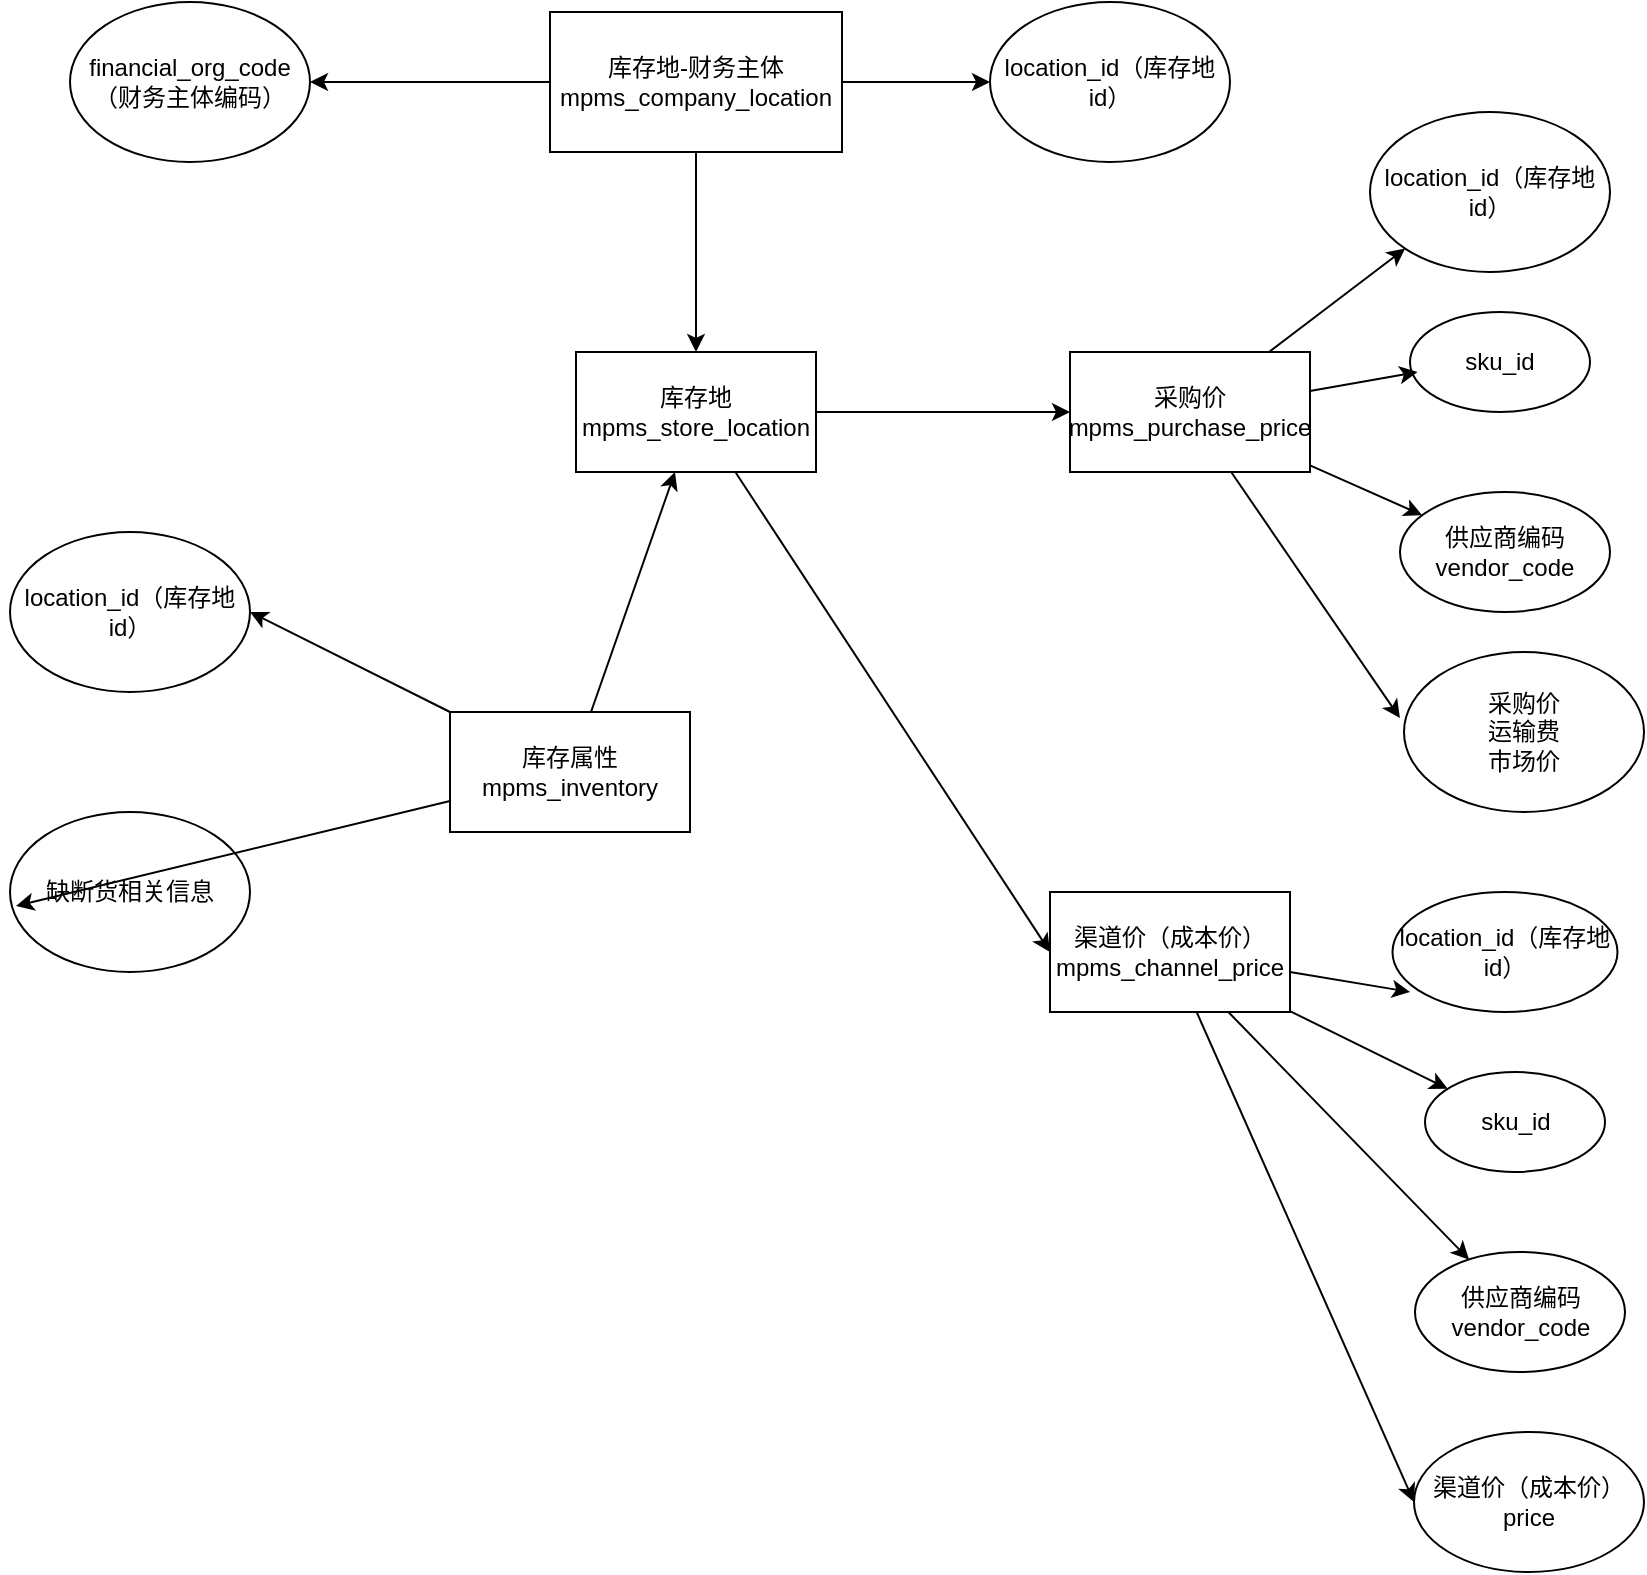
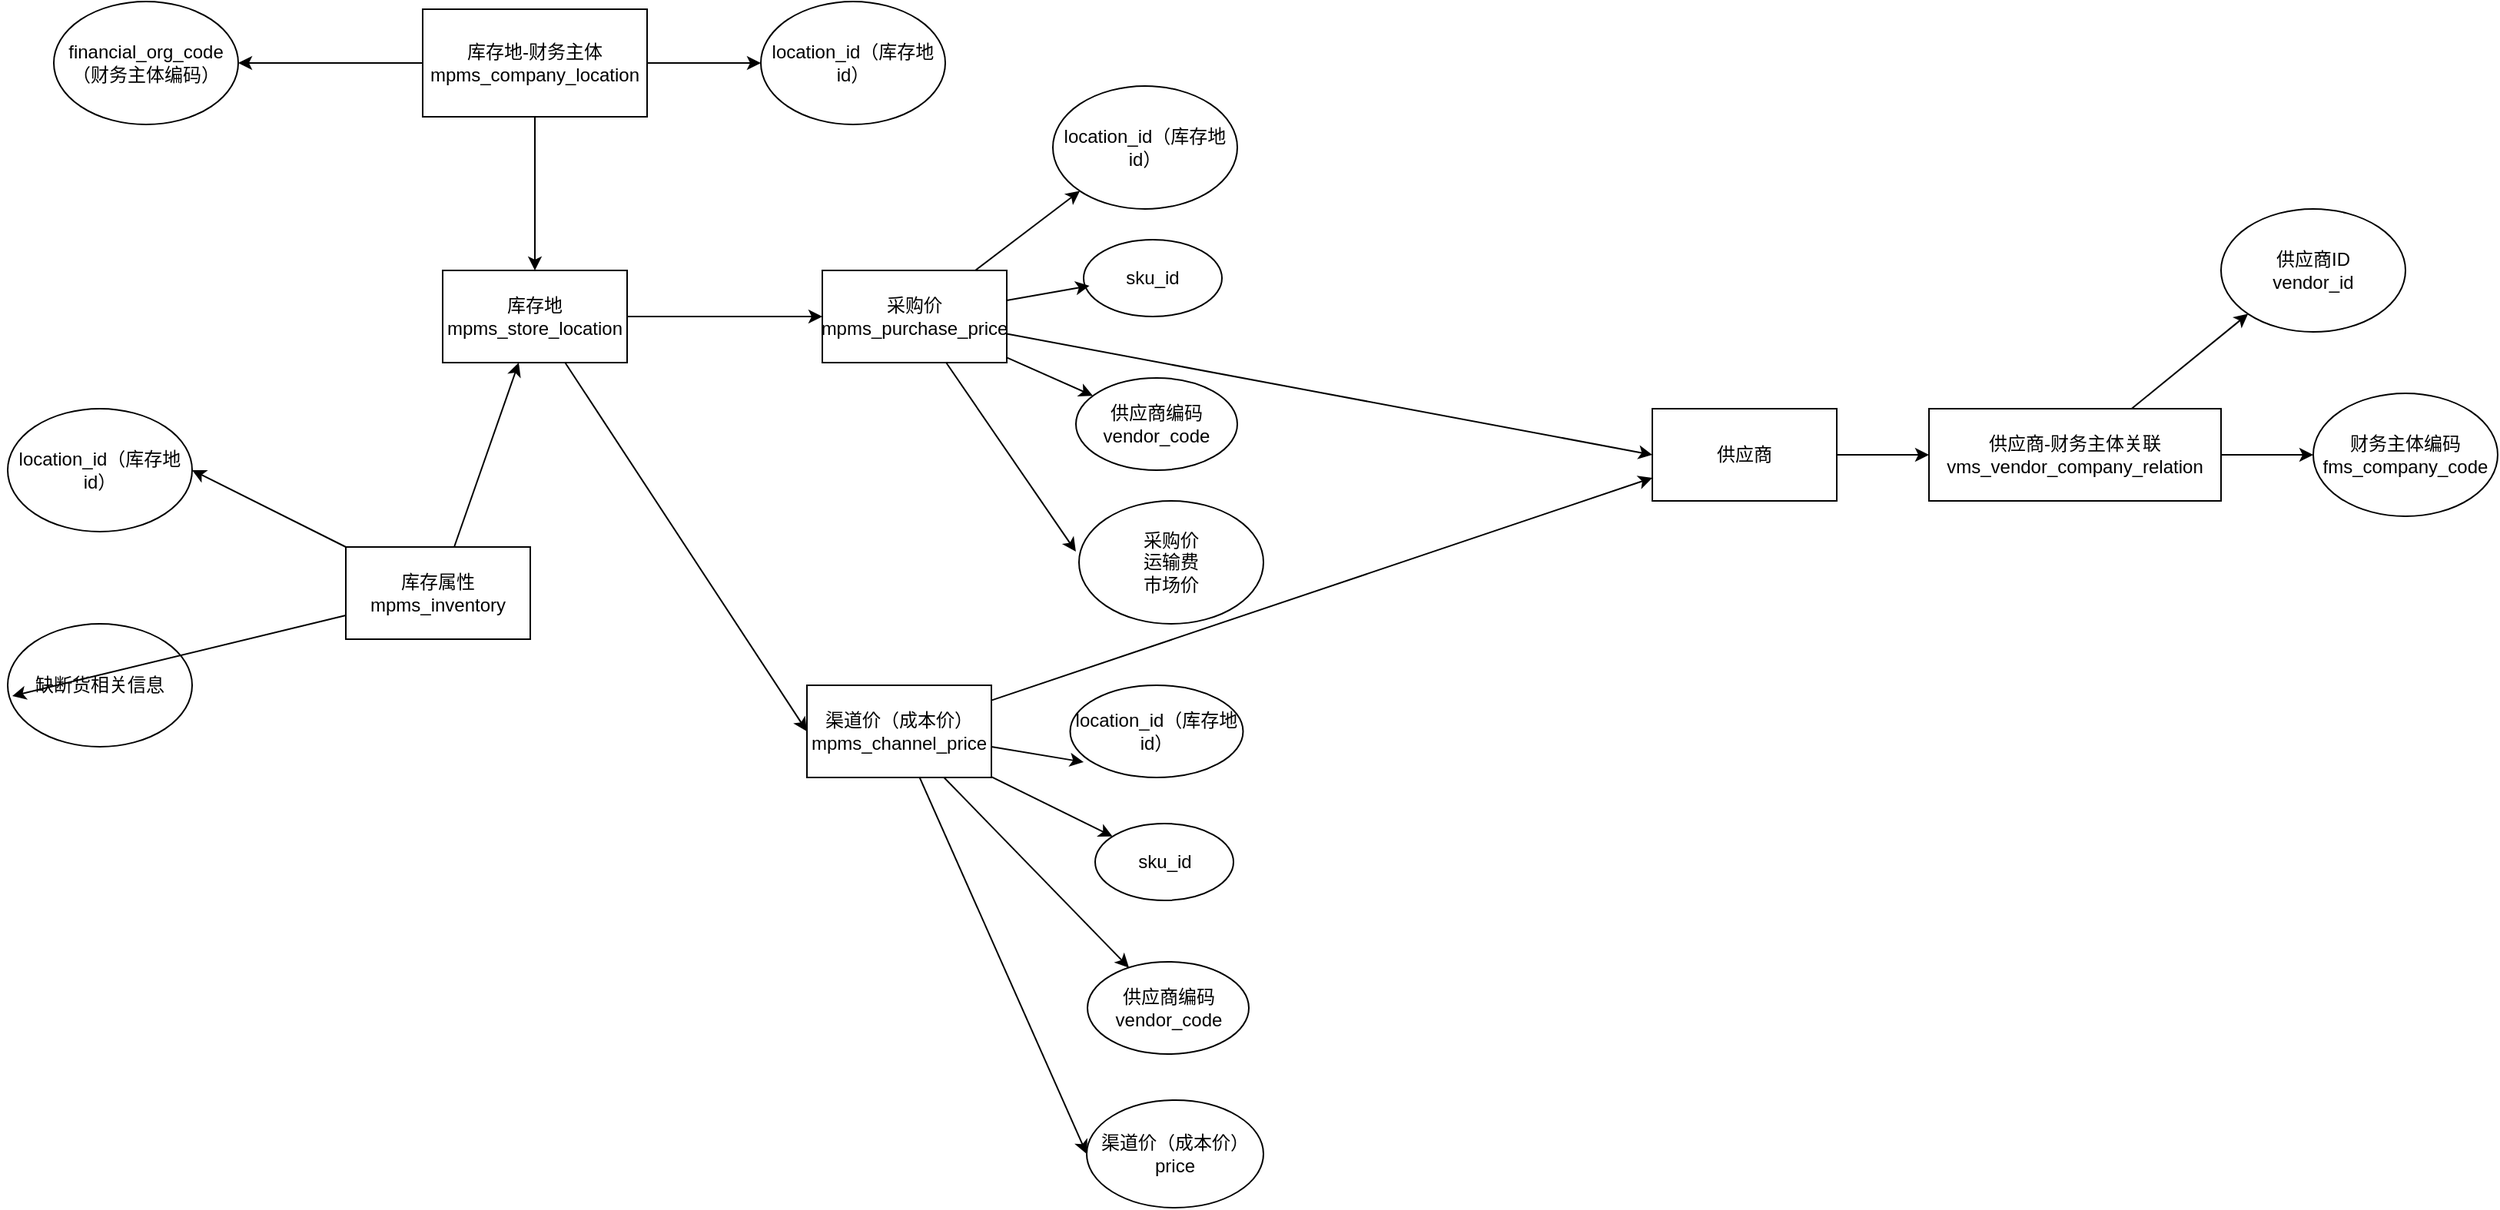
<mxfile host="app.diagrams.net">
  <diagram name="第 1 页" id="_-H1i7JenuiPokZSvulY">
    <mxGraphModel dx="1006" dy="593" grid="1" gridSize="10" guides="1" tooltips="1" connect="1" arrows="1" fold="1" page="1" pageScale="1" pageWidth="827" pageHeight="1169" math="0" shadow="0">
      <root>
        <mxCell id="0" />
        <mxCell id="1" parent="0" />
        <mxCell id="jKAomShpNNPLITlztvu1-15" edge="1" parent="1" source="jKAomShpNNPLITlztvu1-1" style="rounded=0;orthogonalLoop=1;jettySize=auto;html=1;entryX=0;entryY=0.5;entryDx=0;entryDy=0;" target="jKAomShpNNPLITlztvu1-14">
          <mxGeometry relative="1" as="geometry" />
        </mxCell>
        <mxCell id="_Bje_9z_HBgtsjj9f77f-2" edge="1" parent="1" source="jKAomShpNNPLITlztvu1-1" style="rounded=0;orthogonalLoop=1;jettySize=auto;html=1;entryX=0;entryY=0.5;entryDx=0;entryDy=0;" target="_Bje_9z_HBgtsjj9f77f-1">
          <mxGeometry relative="1" as="geometry" />
        </mxCell>
        <mxCell id="jKAomShpNNPLITlztvu1-1" parent="1" style="rounded=0;whiteSpace=wrap;html=1;" value="库存地mpms_store_location" vertex="1">
          <mxGeometry height="60" width="120" x="293" y="180" as="geometry" />
        </mxCell>
        <mxCell id="jKAomShpNNPLITlztvu1-4" edge="1" parent="1" source="jKAomShpNNPLITlztvu1-2" style="rounded=0;orthogonalLoop=1;jettySize=auto;html=1;" target="jKAomShpNNPLITlztvu1-3">
          <mxGeometry relative="1" as="geometry" />
        </mxCell>
        <mxCell id="jKAomShpNNPLITlztvu1-6" edge="1" parent="1" source="jKAomShpNNPLITlztvu1-2" style="edgeStyle=orthogonalEdgeStyle;rounded=0;orthogonalLoop=1;jettySize=auto;html=1;entryX=1;entryY=0.5;entryDx=0;entryDy=0;" target="jKAomShpNNPLITlztvu1-5">
          <mxGeometry relative="1" as="geometry" />
        </mxCell>
        <mxCell id="jKAomShpNNPLITlztvu1-7" edge="1" parent="1" source="jKAomShpNNPLITlztvu1-2" style="rounded=0;orthogonalLoop=1;jettySize=auto;html=1;entryX=0.5;entryY=0;entryDx=0;entryDy=0;" target="jKAomShpNNPLITlztvu1-1">
          <mxGeometry relative="1" as="geometry" />
        </mxCell>
        <mxCell id="jKAomShpNNPLITlztvu1-2" parent="1" style="rounded=0;whiteSpace=wrap;html=1;" value="库存地-财务主体mpms_company_location" vertex="1">
          <mxGeometry height="70" width="146" x="280" y="10" as="geometry" />
        </mxCell>
        <mxCell id="jKAomShpNNPLITlztvu1-3" parent="1" style="ellipse;whiteSpace=wrap;html=1;" value="location_id（库存地id）" vertex="1">
          <mxGeometry height="80" width="120" x="500" y="5" as="geometry" />
        </mxCell>
        <mxCell id="jKAomShpNNPLITlztvu1-5" parent="1" style="ellipse;whiteSpace=wrap;html=1;" value="financial_org_code（财务主体编码）" vertex="1">
          <mxGeometry height="80" width="120" x="40" y="5" as="geometry" />
        </mxCell>
        <mxCell id="jKAomShpNNPLITlztvu1-10" edge="1" parent="1" source="jKAomShpNNPLITlztvu1-8" style="rounded=0;orthogonalLoop=1;jettySize=auto;html=1;entryX=1;entryY=0.5;entryDx=0;entryDy=0;" target="jKAomShpNNPLITlztvu1-9">
          <mxGeometry relative="1" as="geometry" />
        </mxCell>
        <mxCell id="jKAomShpNNPLITlztvu1-11" edge="1" parent="1" source="jKAomShpNNPLITlztvu1-8" style="rounded=0;orthogonalLoop=1;jettySize=auto;html=1;" target="jKAomShpNNPLITlztvu1-1">
          <mxGeometry relative="1" as="geometry" />
        </mxCell>
        <mxCell id="jKAomShpNNPLITlztvu1-8" parent="1" style="rounded=0;whiteSpace=wrap;html=1;" value="库存属性mpms_inventory" vertex="1">
          <mxGeometry height="60" width="120" x="230" y="360" as="geometry" />
        </mxCell>
        <mxCell id="jKAomShpNNPLITlztvu1-9" parent="1" style="ellipse;whiteSpace=wrap;html=1;" value="location_id（库存地id）" vertex="1">
          <mxGeometry height="80" width="120" x="10" y="270" as="geometry" />
        </mxCell>
        <mxCell id="jKAomShpNNPLITlztvu1-12" parent="1" style="ellipse;whiteSpace=wrap;html=1;" value="缺断货相关信息" vertex="1">
          <mxGeometry height="80" width="120" x="10" y="410" as="geometry" />
        </mxCell>
        <mxCell id="jKAomShpNNPLITlztvu1-13" edge="1" parent="1" source="jKAomShpNNPLITlztvu1-8" style="rounded=0;orthogonalLoop=1;jettySize=auto;html=1;entryX=0.025;entryY=0.588;entryDx=0;entryDy=0;entryPerimeter=0;" target="jKAomShpNNPLITlztvu1-12">
          <mxGeometry relative="1" as="geometry" />
        </mxCell>
        <mxCell id="jKAomShpNNPLITlztvu1-17" edge="1" parent="1" source="jKAomShpNNPLITlztvu1-14" style="rounded=0;orthogonalLoop=1;jettySize=auto;html=1;entryX=0;entryY=1;entryDx=0;entryDy=0;" target="jKAomShpNNPLITlztvu1-16">
          <mxGeometry relative="1" as="geometry" />
        </mxCell>
        <mxCell id="jKAomShpNNPLITlztvu1-22" edge="1" parent="1" source="jKAomShpNNPLITlztvu1-14" style="rounded=0;orthogonalLoop=1;jettySize=auto;html=1;" target="jKAomShpNNPLITlztvu1-21">
          <mxGeometry relative="1" as="geometry" />
        </mxCell>
+         <mxCell id="_Bje_9z_HBgtsjj9f77f-19" edge="1" parent="1" source="jKAomShpNNPLITlztvu1-14" style="rounded=0;orthogonalLoop=1;jettySize=auto;html=1;entryX=0;entryY=0.5;entryDx=0;entryDy=0;" target="_Bje_9z_HBgtsjj9f77f-11">
+           <mxGeometry relative="1" as="geometry" />
+         </mxCell>
        <mxCell id="jKAomShpNNPLITlztvu1-14" parent="1" style="rounded=0;whiteSpace=wrap;html=1;" value="采购价mpms_purchase_price" vertex="1">
          <mxGeometry height="60" width="120" x="540" y="180" as="geometry" />
        </mxCell>
        <mxCell id="jKAomShpNNPLITlztvu1-16" parent="1" style="ellipse;whiteSpace=wrap;html=1;" value="location_id（库存地id）" vertex="1">
          <mxGeometry height="80" width="120" x="690" y="60" as="geometry" />
        </mxCell>
        <mxCell id="jKAomShpNNPLITlztvu1-18" parent="1" style="ellipse;whiteSpace=wrap;html=1;" value="sku_id" vertex="1">
          <mxGeometry height="50" width="90" x="710" y="160" as="geometry" />
        </mxCell>
        <mxCell id="jKAomShpNNPLITlztvu1-19" edge="1" parent="1" source="jKAomShpNNPLITlztvu1-14" style="rounded=0;orthogonalLoop=1;jettySize=auto;html=1;entryX=0.042;entryY=0.6;entryDx=0;entryDy=0;entryPerimeter=0;" target="jKAomShpNNPLITlztvu1-18">
          <mxGeometry relative="1" as="geometry" />
        </mxCell>
        <mxCell id="jKAomShpNNPLITlztvu1-21" parent="1" style="ellipse;whiteSpace=wrap;html=1;" value="供应商编码vendor_code" vertex="1">
          <mxGeometry height="60" width="105" x="705" y="250" as="geometry" />
        </mxCell>
        <mxCell id="jKAomShpNNPLITlztvu1-23" parent="1" style="ellipse;whiteSpace=wrap;html=1;" value="采购价&lt;br&gt;运输费&lt;br&gt;市场价" vertex="1">
          <mxGeometry height="80" width="120" x="707" y="330" as="geometry" />
        </mxCell>
        <mxCell id="jKAomShpNNPLITlztvu1-25" edge="1" parent="1" source="jKAomShpNNPLITlztvu1-14" style="rounded=0;orthogonalLoop=1;jettySize=auto;html=1;entryX=-0.017;entryY=0.413;entryDx=0;entryDy=0;entryPerimeter=0;" target="jKAomShpNNPLITlztvu1-23">
          <mxGeometry relative="1" as="geometry" />
        </mxCell>
        <mxCell id="_Bje_9z_HBgtsjj9f77f-7" edge="1" parent="1" source="_Bje_9z_HBgtsjj9f77f-1" style="rounded=0;orthogonalLoop=1;jettySize=auto;html=1;" target="_Bje_9z_HBgtsjj9f77f-4">
          <mxGeometry relative="1" as="geometry" />
        </mxCell>
        <mxCell id="_Bje_9z_HBgtsjj9f77f-8" edge="1" parent="1" source="_Bje_9z_HBgtsjj9f77f-1" style="rounded=0;orthogonalLoop=1;jettySize=auto;html=1;" target="_Bje_9z_HBgtsjj9f77f-5">
          <mxGeometry relative="1" as="geometry" />
        </mxCell>
        <mxCell id="_Bje_9z_HBgtsjj9f77f-10" edge="1" parent="1" source="_Bje_9z_HBgtsjj9f77f-1" style="rounded=0;orthogonalLoop=1;jettySize=auto;html=1;entryX=0;entryY=0.5;entryDx=0;entryDy=0;" target="_Bje_9z_HBgtsjj9f77f-9">
          <mxGeometry relative="1" as="geometry" />
        </mxCell>
+         <mxCell id="_Bje_9z_HBgtsjj9f77f-20" edge="1" parent="1" source="_Bje_9z_HBgtsjj9f77f-1" style="rounded=0;orthogonalLoop=1;jettySize=auto;html=1;entryX=0;entryY=0.75;entryDx=0;entryDy=0;" target="_Bje_9z_HBgtsjj9f77f-11">
+           <mxGeometry relative="1" as="geometry" />
+         </mxCell>
        <mxCell id="_Bje_9z_HBgtsjj9f77f-1" parent="1" style="rounded=0;whiteSpace=wrap;html=1;" value="渠道价（成本价）&lt;div&gt;mpms_channel_price&lt;/div&gt;" vertex="1">
          <mxGeometry height="60" width="120" x="530" y="450" as="geometry" />
        </mxCell>
        <mxCell id="_Bje_9z_HBgtsjj9f77f-3" parent="1" style="ellipse;whiteSpace=wrap;html=1;" value="location_id（库存地id）" vertex="1">
          <mxGeometry height="60" width="112.5" x="701.25" y="450" as="geometry" />
        </mxCell>
        <mxCell id="_Bje_9z_HBgtsjj9f77f-4" parent="1" style="ellipse;whiteSpace=wrap;html=1;" value="sku_id" vertex="1">
          <mxGeometry height="50" width="90" x="717.5" y="540" as="geometry" />
        </mxCell>
        <mxCell id="_Bje_9z_HBgtsjj9f77f-5" parent="1" style="ellipse;whiteSpace=wrap;html=1;" value="供应商编码vendor_code" vertex="1">
          <mxGeometry height="60" width="105" x="712.5" y="630" as="geometry" />
        </mxCell>
        <mxCell id="_Bje_9z_HBgtsjj9f77f-6" edge="1" parent="1" source="_Bje_9z_HBgtsjj9f77f-1" style="rounded=0;orthogonalLoop=1;jettySize=auto;html=1;entryX=0.078;entryY=0.833;entryDx=0;entryDy=0;entryPerimeter=0;" target="_Bje_9z_HBgtsjj9f77f-3">
          <mxGeometry relative="1" as="geometry" />
        </mxCell>
        <mxCell id="_Bje_9z_HBgtsjj9f77f-9" parent="1" style="ellipse;whiteSpace=wrap;html=1;" value="渠道价（成本价）&lt;div&gt;price&lt;/div&gt;" vertex="1">
          <mxGeometry height="70" width="115" x="712" y="720" as="geometry" />
        </mxCell>
+         <mxCell id="_Bje_9z_HBgtsjj9f77f-17" edge="1" parent="1" source="_Bje_9z_HBgtsjj9f77f-11" style="rounded=0;orthogonalLoop=1;jettySize=auto;html=1;" target="_Bje_9z_HBgtsjj9f77f-12">
+           <mxGeometry relative="1" as="geometry" />
+         </mxCell>
+         <mxCell id="_Bje_9z_HBgtsjj9f77f-11" parent="1" style="rounded=0;whiteSpace=wrap;html=1;" value="供应商" vertex="1">
+           <mxGeometry height="60" width="120" x="1080" y="270" as="geometry" />
+         </mxCell>
+         <mxCell id="_Bje_9z_HBgtsjj9f77f-14" edge="1" parent="1" source="_Bje_9z_HBgtsjj9f77f-12" style="rounded=0;orthogonalLoop=1;jettySize=auto;html=1;entryX=0;entryY=1;entryDx=0;entryDy=0;" target="_Bje_9z_HBgtsjj9f77f-13">
+           <mxGeometry relative="1" as="geometry" />
+         </mxCell>
+         <mxCell id="_Bje_9z_HBgtsjj9f77f-16" edge="1" parent="1" source="_Bje_9z_HBgtsjj9f77f-12" style="rounded=0;orthogonalLoop=1;jettySize=auto;html=1;entryX=0;entryY=0.5;entryDx=0;entryDy=0;" target="_Bje_9z_HBgtsjj9f77f-15">
+           <mxGeometry relative="1" as="geometry" />
+         </mxCell>
+         <mxCell id="_Bje_9z_HBgtsjj9f77f-12" parent="1" style="rounded=0;whiteSpace=wrap;html=1;" value="供应商-财务主体关联vms_vendor_company_relation" vertex="1">
+           <mxGeometry height="60" width="190" x="1260" y="270" as="geometry" />
+         </mxCell>
+         <mxCell id="_Bje_9z_HBgtsjj9f77f-13" parent="1" style="ellipse;whiteSpace=wrap;html=1;" value="供应商ID&lt;div&gt;vendor_id&lt;/div&gt;" vertex="1">
+           <mxGeometry height="80" width="120" x="1450" y="140" as="geometry" />
+         </mxCell>
+         <mxCell id="_Bje_9z_HBgtsjj9f77f-15" parent="1" style="ellipse;whiteSpace=wrap;html=1;" value="财务主体编码&lt;div&gt;fms_company_code&lt;/div&gt;" vertex="1">
+           <mxGeometry height="80" width="120" x="1510" y="260" as="geometry" />
+         </mxCell>
      </root>
    </mxGraphModel>
  </diagram>
</mxfile>
